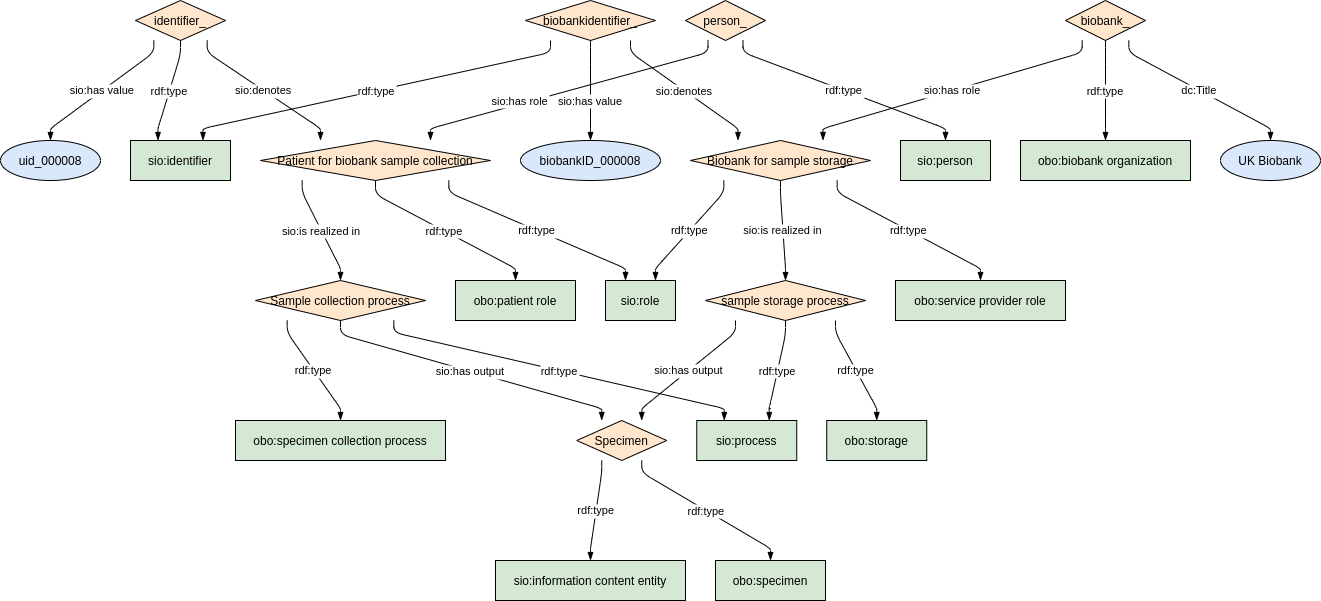
Before: images/rdf/9_Biobank.png, a diagram exported from draw.io (ejp-rd-vp/ERN-common-data-elements). Source tidied: cells renumbered, new cells last; positions are measured from the earlier drawing's top-left corner, leaving out a move shared by most shapes.
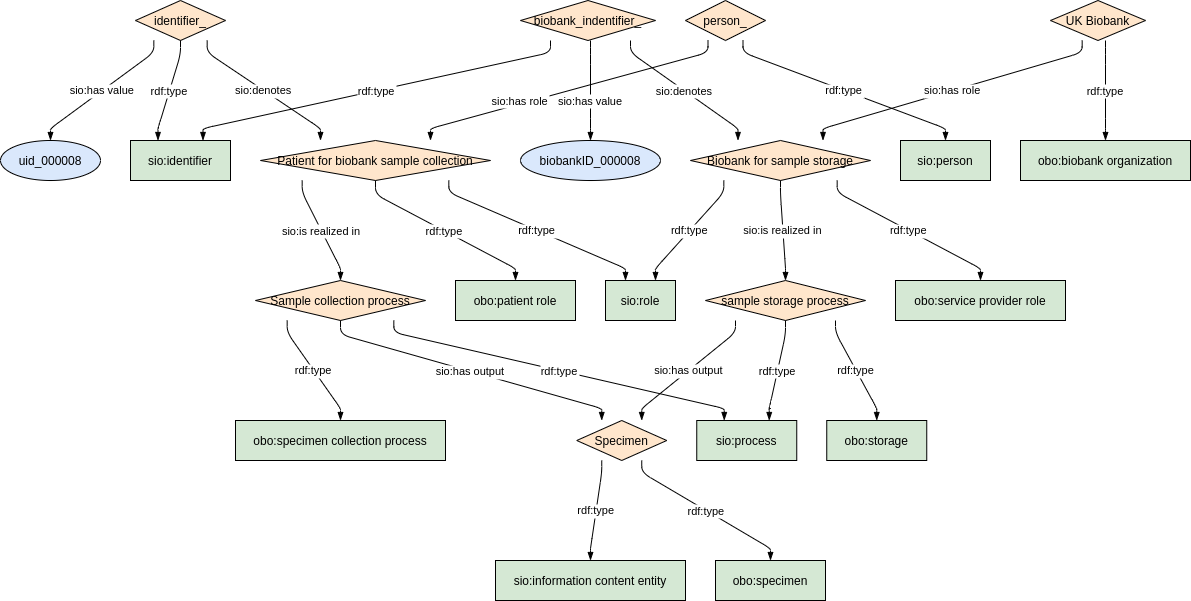
Above is the later version.

What changed in the source:
```diff
@@ -27,9 +27,9 @@
         <mxGeometry x="130" y="140" width="100" height="40" as="geometry" />
       </mxCell>
     </object>
-    <object id="7" label="%name%" name="biobankidentifier_" placeholders="1">
+    <object id="7" label="biobank_indentifier_" name="biobankidentifier_" placeholders="1">
       <mxCell style="shape=rhombus;fillColor=#FFE6CC;strokeColor=#000000;" parent="1" vertex="1">
-        <mxGeometry x="525" width="130" height="40" as="geometry" />
+        <mxGeometry x="520" width="135" height="40" as="geometry" />
       </mxCell>
     </object>
     <object id="8" label="%name%" name="biobankID_000008" placeholders="1">
@@ -77,9 +77,9 @@
         <mxGeometry x="455" y="280" width="120" height="40" as="geometry" />
       </mxCell>
     </object>
-    <object id="17" label="%name%" name="biobank_" placeholders="1">
+    <object id="17" label="UK Biobank" name="biobank_" placeholders="1">
       <mxCell style="shape=rhombus;fillColor=#FFE6CC;strokeColor=#000000;" parent="1" vertex="1">
-        <mxGeometry x="1065" width="80" height="40" as="geometry" />
+        <mxGeometry x="1050" width="95" height="40" as="geometry" />
       </mxCell>
     </object>
     <object id="18" label="%name%" name="obo:biobank organization" placeholders="1">
@@ -107,11 +107,6 @@
         <mxGeometry x="605" y="280" width="70" height="40" as="geometry" />
       </mxCell>
     </object>
-    <object id="23" label="%name%" name="UK Biobank" placeholders="1">
-      <mxCell style="shape=ellipse;fillColor=#DAE8FC;strokeColor=#000000;" parent="1" vertex="1">
-        <mxGeometry x="1220" y="140" width="100" height="40" as="geometry" />
-      </mxCell>
-    </object>
     <object id="24" label="%name%" name="obo:specimen" placeholders="1">
       <mxCell style="shape=rounded;fillColor=#d5e8d4;strokeColor=#000000;" parent="1" vertex="1">
         <mxGeometry x="715" y="560" width="110" height="40" as="geometry" />
@@ -293,14 +288,6 @@
         </Array>
       </mxGeometry>
     </mxCell>
-    <mxCell id="47" value="dc:Title" style="curved=0;endArrow=blockThin;endFill=1;noEdgeStyle=1;orthogonal=1;" parent="1" edge="1" source="17" target="23">
-      <mxGeometry relative="1" as="geometry">
-        <Array as="points">
-          <mxPoint x="1128.3" y="52" />
-          <mxPoint x="1270" y="128" />
-        </Array>
-      </mxGeometry>
-    </mxCell>
     <mxCell id="48" value="sio:has role" style="curved=0;endArrow=blockThin;endFill=1;noEdgeStyle=1;orthogonal=1;" parent="1" edge="1" source="9" target="3">
       <mxGeometry x="0.32" y="-3" relative="1" as="geometry">
         <Array as="points">
```
